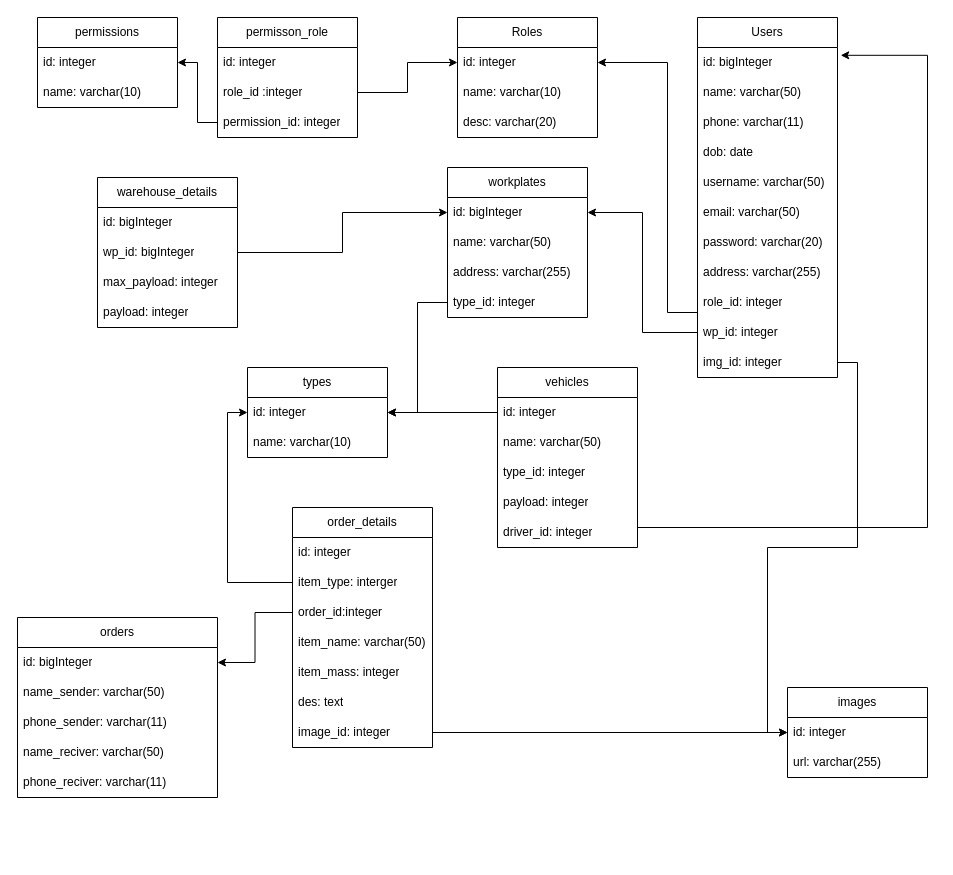
Before: so_do_DB.drawio in cuongbui1203/lms, a draw.io diagram. Source tidied: cells renumbered, new cells numbered last; positions are measured from the earlier drawing's top-left corner, leaving out a move shared by most shapes. Both pictures are drawn from the tidied source at 100%, with x=0, y=0 at pixel (17, 17).
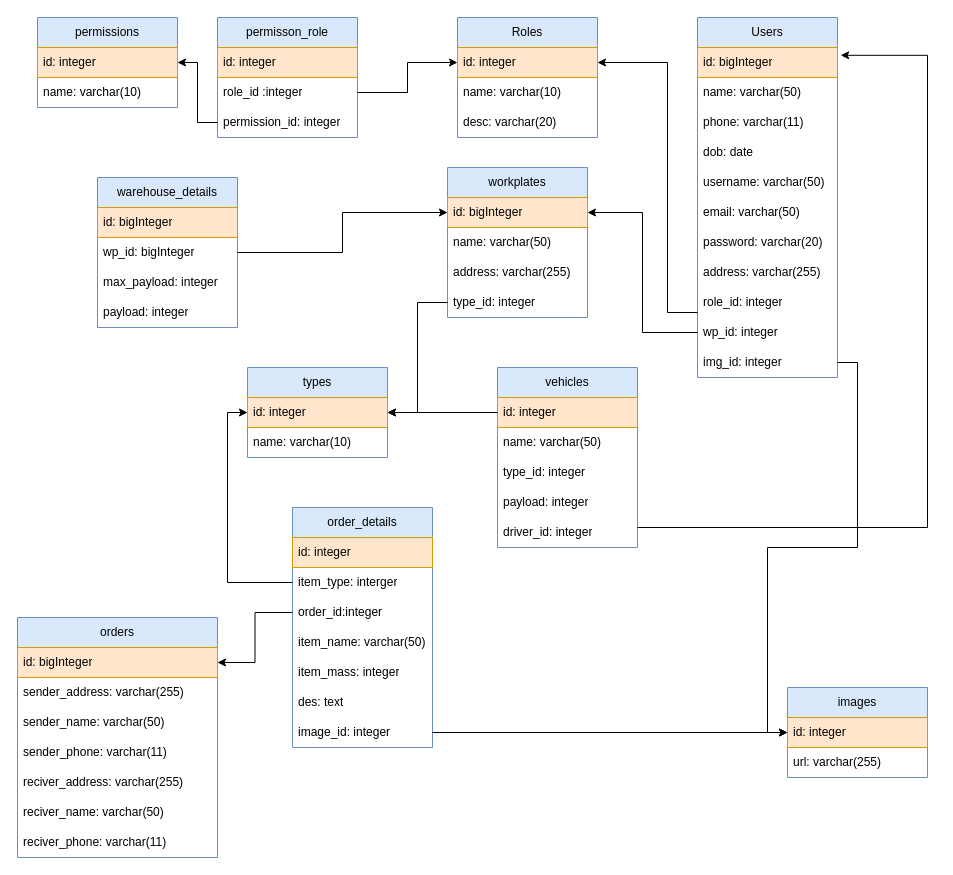
Above is the later version.

What changed in the source:
```diff
@@
-    <mxCell id="2" value="Users" style="swimlane;fontStyle=0;horizontal=1;startSize=30;whiteSpace=wrap;html=1;" parent="1" vertex="1">
+    <mxCell id="2" value="Users" style="swimlane;fontStyle=0;horizontal=1;startSize=30;whiteSpace=wrap;html=1;fillColor=#dae8fc;strokeColor=#6c8ebf;" parent="1" vertex="1">
       <mxGeometry x="680" width="140" height="360" as="geometry" />
     </mxCell>
-    <mxCell id="3" value="id: bigInteger" style="text;strokeColor=none;fillColor=none;align=left;verticalAlign=middle;spacingLeft=4;spacingRight=4;overflow=hidden;points=[[0,0.5],[1,0.5]];portConstraint=eastwest;whiteSpace=wrap;html=1;" parent="2" vertex="1">
+    <mxCell id="3" value="id: bigInteger" style="text;strokeColor=#d79b00;fillColor=#ffe6cc;align=left;verticalAlign=middle;spacingLeft=4;spacingRight=4;overflow=hidden;points=[[0,0.5],[1,0.5]];portConstraint=eastwest;whiteSpace=wrap;html=1;" parent="2" vertex="1">
       <mxGeometry y="30" width="140" height="30" as="geometry" />
     </mxCell>
@@
-    <mxCell id="14" value="Roles" style="swimlane;fontStyle=0;horizontal=1;startSize=30;whiteSpace=wrap;html=1;" parent="1" vertex="1">
+    <mxCell id="14" value="Roles" style="swimlane;fontStyle=0;horizontal=1;startSize=30;whiteSpace=wrap;html=1;fillColor=#dae8fc;strokeColor=#6c8ebf;" parent="1" vertex="1">
       <mxGeometry x="440" width="140" height="120" as="geometry" />
     </mxCell>
-    <mxCell id="15" value="id: integer" style="text;strokeColor=none;fillColor=none;align=left;verticalAlign=middle;spacingLeft=4;spacingRight=4;overflow=hidden;points=[[0,0.5],[1,0.5]];portConstraint=eastwest;whiteSpace=wrap;html=1;" parent="14" vertex="1">
+    <mxCell id="15" value="id: integer" style="text;strokeColor=#d79b00;fillColor=#ffe6cc;align=left;verticalAlign=middle;spacingLeft=4;spacingRight=4;overflow=hidden;points=[[0,0.5],[1,0.5]];portConstraint=eastwest;whiteSpace=wrap;html=1;" parent="14" vertex="1">
       <mxGeometry y="30" width="140" height="30" as="geometry" />
     </mxCell>
@@
-    <mxCell id="18" value="permissions" style="swimlane;fontStyle=0;horizontal=1;startSize=30;whiteSpace=wrap;html=1;" parent="1" vertex="1">
+    <mxCell id="18" value="permissions" style="swimlane;fontStyle=0;horizontal=1;startSize=30;whiteSpace=wrap;html=1;fillColor=#dae8fc;strokeColor=#6c8ebf;" parent="1" vertex="1">
       <mxGeometry x="20" width="140" height="90" as="geometry" />
     </mxCell>
-    <mxCell id="19" value="id: integer" style="text;strokeColor=none;fillColor=none;align=left;verticalAlign=middle;spacingLeft=4;spacingRight=4;overflow=hidden;points=[[0,0.5],[1,0.5]];portConstraint=eastwest;whiteSpace=wrap;html=1;" parent="18" vertex="1">
+    <mxCell id="19" value="id: integer" style="text;strokeColor=#d79b00;fillColor=#ffe6cc;align=left;verticalAlign=middle;spacingLeft=4;spacingRight=4;overflow=hidden;points=[[0,0.5],[1,0.5]];portConstraint=eastwest;whiteSpace=wrap;html=1;" parent="18" vertex="1">
       <mxGeometry y="30" width="140" height="30" as="geometry" />
     </mxCell>
@@
-    <mxCell id="21" value="permisson_role" style="swimlane;fontStyle=0;horizontal=1;startSize=30;whiteSpace=wrap;html=1;" parent="1" vertex="1">
+    <mxCell id="21" value="permisson_role" style="swimlane;fontStyle=0;horizontal=1;startSize=30;whiteSpace=wrap;html=1;fillColor=#dae8fc;strokeColor=#6c8ebf;" parent="1" vertex="1">
       <mxGeometry x="200" width="140" height="120" as="geometry" />
     </mxCell>
-    <mxCell id="22" value="id: integer" style="text;strokeColor=none;fillColor=none;align=left;verticalAlign=middle;spacingLeft=4;spacingRight=4;overflow=hidden;whiteSpace=wrap;html=1;" parent="21" vertex="1">
+    <mxCell id="22" value="id: integer" style="text;strokeColor=#d79b00;fillColor=#ffe6cc;align=left;verticalAlign=middle;spacingLeft=4;spacingRight=4;overflow=hidden;whiteSpace=wrap;html=1;" parent="21" vertex="1">
       <mxGeometry y="30" width="140" height="30" as="geometry" />
     </mxCell>
@@
-    <mxCell id="26" value="workplates" style="swimlane;fontStyle=0;horizontal=1;startSize=30;whiteSpace=wrap;html=1;" parent="1" vertex="1">
+    <mxCell id="26" value="workplates" style="swimlane;fontStyle=0;horizontal=1;startSize=30;whiteSpace=wrap;html=1;fillColor=#dae8fc;strokeColor=#6c8ebf;" parent="1" vertex="1">
       <mxGeometry x="430" y="150" width="140" height="150" as="geometry" />
     </mxCell>
-    <mxCell id="27" value="id: bigInteger" style="text;strokeColor=none;fillColor=none;align=left;verticalAlign=middle;spacingLeft=4;spacingRight=4;overflow=hidden;points=[[0,0.5],[1,0.5]];portConstraint=eastwest;whiteSpace=wrap;html=1;" parent="26" vertex="1">
+    <mxCell id="27" value="id: bigInteger" style="text;strokeColor=#d79b00;fillColor=#ffe6cc;align=left;verticalAlign=middle;spacingLeft=4;spacingRight=4;overflow=hidden;points=[[0,0.5],[1,0.5]];portConstraint=eastwest;whiteSpace=wrap;html=1;" parent="26" vertex="1">
       <mxGeometry y="30" width="140" height="30" as="geometry" />
     </mxCell>
@@
-    <mxCell id="31" value="types" style="swimlane;fontStyle=0;horizontal=1;startSize=30;whiteSpace=wrap;html=1;" parent="1" vertex="1">
+    <mxCell id="31" value="types" style="swimlane;fontStyle=0;horizontal=1;startSize=30;whiteSpace=wrap;html=1;fillColor=#dae8fc;strokeColor=#6c8ebf;" parent="1" vertex="1">
       <mxGeometry x="230" y="350" width="140" height="90" as="geometry" />
     </mxCell>
-    <mxCell id="32" value="id: integer" style="text;strokeColor=none;fillColor=none;align=left;verticalAlign=middle;spacingLeft=4;spacingRight=4;overflow=hidden;points=[[0,0.5],[1,0.5]];portConstraint=eastwest;whiteSpace=wrap;html=1;" parent="31" vertex="1">
+    <mxCell id="32" value="id: integer" style="text;strokeColor=#d79b00;fillColor=#ffe6cc;align=left;verticalAlign=middle;spacingLeft=4;spacingRight=4;overflow=hidden;points=[[0,0.5],[1,0.5]];portConstraint=eastwest;whiteSpace=wrap;html=1;" parent="31" vertex="1">
       <mxGeometry y="30" width="140" height="30" as="geometry" />
     </mxCell>
@@
-    <mxCell id="35" value="warehouse_details" style="swimlane;fontStyle=0;horizontal=1;startSize=30;whiteSpace=wrap;html=1;" parent="1" vertex="1">
+    <mxCell id="35" value="warehouse_details" style="swimlane;fontStyle=0;horizontal=1;startSize=30;whiteSpace=wrap;html=1;fillColor=#dae8fc;strokeColor=#6c8ebf;" parent="1" vertex="1">
       <mxGeometry x="80" y="160" width="140" height="150" as="geometry" />
     </mxCell>
-    <mxCell id="36" value="id: bigInteger" style="text;strokeColor=none;fillColor=none;align=left;verticalAlign=middle;spacingLeft=4;spacingRight=4;overflow=hidden;whiteSpace=wrap;html=1;" parent="35" vertex="1">
+    <mxCell id="36" value="id: bigInteger" style="text;strokeColor=#d79b00;fillColor=#ffe6cc;align=left;verticalAlign=middle;spacingLeft=4;spacingRight=4;overflow=hidden;whiteSpace=wrap;html=1;" parent="35" vertex="1">
       <mxGeometry y="30" width="140" height="30" as="geometry" />
     </mxCell>
@@
-    <mxCell id="41" value="orders" style="swimlane;fontStyle=0;horizontal=1;startSize=30;whiteSpace=wrap;html=1;" parent="1" vertex="1">
-      <mxGeometry y="600" width="200" height="180" as="geometry" />
+    <mxCell id="41" value="orders" style="swimlane;fontStyle=0;horizontal=1;startSize=30;whiteSpace=wrap;html=1;fillColor=#dae8fc;strokeColor=#6c8ebf;" parent="1" vertex="1">
+      <mxGeometry y="600" width="200" height="240" as="geometry" />
     </mxCell>
-    <mxCell id="42" value="id: bigInteger" style="text;strokeColor=none;fillColor=none;align=left;verticalAlign=middle;spacingLeft=4;spacingRight=4;overflow=hidden;points=[[0,0.5],[1,0.5]];portConstraint=eastwest;whiteSpace=wrap;html=1;" parent="41" vertex="1">
+    <mxCell id="42" value="id: bigInteger" style="text;strokeColor=#d79b00;fillColor=#ffe6cc;align=left;verticalAlign=middle;spacingLeft=4;spacingRight=4;overflow=hidden;points=[[0,0.5],[1,0.5]];portConstraint=eastwest;whiteSpace=wrap;html=1;" parent="41" vertex="1">
       <mxGeometry y="30" width="200" height="30" as="geometry" />
     </mxCell>
-    <mxCell id="43" value="name_sender: varchar(50)" style="text;strokeColor=none;fillColor=none;align=left;verticalAlign=middle;spacingLeft=4;spacingRight=4;overflow=hidden;whiteSpace=wrap;html=1;" parent="41" vertex="1">
+    <mxCell id="43" value="sender_address: varchar(255)" style="text;strokeColor=none;fillColor=none;align=left;verticalAlign=middle;spacingLeft=4;spacingRight=4;overflow=hidden;whiteSpace=wrap;html=1;" parent="41" vertex="1">
       <mxGeometry y="60" width="200" height="30" as="geometry" />
     </mxCell>
+    <mxCell id="73" value="sender_name: varchar(50)" style="text;strokeColor=none;fillColor=none;align=left;verticalAlign=middle;spacingLeft=4;spacingRight=4;overflow=hidden;whiteSpace=wrap;html=1;" parent="41" vertex="1">
+      <mxGeometry y="90" width="200" height="30" as="geometry" />
+    </mxCell>
-    <mxCell id="44" value="phone_sender: varchar(11)" style="text;strokeColor=none;fillColor=none;align=left;verticalAlign=middle;spacingLeft=4;spacingRight=4;overflow=hidden;whiteSpace=wrap;html=1;" parent="41" vertex="1">
-      <mxGeometry y="90" width="200" height="30" as="geometry" />
+    <mxCell id="44" value="sender_phone: varchar(11)" style="text;strokeColor=none;fillColor=none;align=left;verticalAlign=middle;spacingLeft=4;spacingRight=4;overflow=hidden;whiteSpace=wrap;html=1;" parent="41" vertex="1">
+      <mxGeometry y="120" width="200" height="30" as="geometry" />
     </mxCell>
+    <mxCell id="74" value="reciver_address: varchar(255)" style="text;strokeColor=none;fillColor=none;align=left;verticalAlign=middle;spacingLeft=4;spacingRight=4;overflow=hidden;whiteSpace=wrap;html=1;" parent="41" vertex="1">
+      <mxGeometry y="150" width="200" height="30" as="geometry" />
+    </mxCell>
-    <mxCell id="45" value="name_reciver: varchar(50)" style="text;strokeColor=none;fillColor=none;align=left;verticalAlign=middle;spacingLeft=4;spacingRight=4;overflow=hidden;whiteSpace=wrap;html=1;" parent="41" vertex="1">
-      <mxGeometry y="120" width="200" height="30" as="geometry" />
+    <mxCell id="45" value="reciver_name: varchar(50)" style="text;strokeColor=none;fillColor=none;align=left;verticalAlign=middle;spacingLeft=4;spacingRight=4;overflow=hidden;whiteSpace=wrap;html=1;" parent="41" vertex="1">
+      <mxGeometry y="180" width="200" height="30" as="geometry" />
     </mxCell>
-    <mxCell id="46" value="phone_reciver: varchar(11)" style="text;strokeColor=none;fillColor=none;align=left;verticalAlign=middle;spacingLeft=4;spacingRight=4;overflow=hidden;whiteSpace=wrap;html=1;" parent="41" vertex="1">
-      <mxGeometry y="150" width="200" height="30" as="geometry" />
+    <mxCell id="46" value="reciver_phone: varchar(11)" style="text;strokeColor=none;fillColor=none;align=left;verticalAlign=middle;spacingLeft=4;spacingRight=4;overflow=hidden;whiteSpace=wrap;html=1;" parent="41" vertex="1">
+      <mxGeometry y="210" width="200" height="30" as="geometry" />
     </mxCell>
-    <mxCell id="47" value="order_details" style="swimlane;fontStyle=0;horizontal=1;startSize=30;whiteSpace=wrap;html=1;" parent="1" vertex="1">
+    <mxCell id="47" value="order_details" style="swimlane;fontStyle=0;horizontal=1;startSize=30;whiteSpace=wrap;html=1;fillColor=#dae8fc;strokeColor=#6c8ebf;" parent="1" vertex="1">
       <mxGeometry x="275" y="490" width="140" height="240" as="geometry" />
     </mxCell>
-    <mxCell id="48" value="id: integer" style="text;strokeColor=none;fillColor=none;align=left;verticalAlign=middle;spacingLeft=4;spacingRight=4;overflow=hidden;whiteSpace=wrap;html=1;" parent="47" vertex="1">
+    <mxCell id="48" value="id: integer" style="text;strokeColor=#d79b00;fillColor=#ffe6cc;align=left;verticalAlign=middle;spacingLeft=4;spacingRight=4;overflow=hidden;whiteSpace=wrap;html=1;" parent="47" vertex="1">
       <mxGeometry y="30" width="140" height="30" as="geometry" />
     </mxCell>
@@
-    <mxCell id="57" value="images" style="swimlane;fontStyle=0;horizontal=1;startSize=30;whiteSpace=wrap;html=1;" parent="1" vertex="1">
+    <mxCell id="57" value="images" style="swimlane;fontStyle=0;horizontal=1;startSize=30;whiteSpace=wrap;html=1;fillColor=#dae8fc;strokeColor=#6c8ebf;" parent="1" vertex="1">
       <mxGeometry x="770" y="670" width="140" height="90" as="geometry" />
     </mxCell>
-    <mxCell id="58" value="id: integer" style="text;strokeColor=none;fillColor=none;align=left;verticalAlign=middle;spacingLeft=4;spacingRight=4;overflow=hidden;points=[[0,0.5],[1,0.5]];portConstraint=eastwest;whiteSpace=wrap;html=1;" parent="57" vertex="1">
+    <mxCell id="58" value="id: integer" style="text;strokeColor=#d79b00;fillColor=#ffe6cc;align=left;verticalAlign=middle;spacingLeft=4;spacingRight=4;overflow=hidden;points=[[0,0.5],[1,0.5]];portConstraint=eastwest;whiteSpace=wrap;html=1;" parent="57" vertex="1">
       <mxGeometry y="30" width="140" height="30" as="geometry" />
     </mxCell>
@@
-    <mxCell id="65" value="vehicles" style="swimlane;fontStyle=0;horizontal=1;startSize=30;whiteSpace=wrap;html=1;" parent="1" vertex="1">
+    <mxCell id="65" value="vehicles" style="swimlane;fontStyle=0;horizontal=1;startSize=30;whiteSpace=wrap;html=1;fillColor=#dae8fc;strokeColor=#6c8ebf;" parent="1" vertex="1">
       <mxGeometry x="480" y="350" width="140" height="180" as="geometry" />
     </mxCell>
-    <mxCell id="66" value="id: integer" style="text;strokeColor=none;fillColor=none;align=left;verticalAlign=middle;spacingLeft=4;spacingRight=4;overflow=hidden;points=[[0,0.5],[1,0.5]];portConstraint=eastwest;whiteSpace=wrap;html=1;" parent="65" vertex="1">
+    <mxCell id="66" value="id: integer" style="text;strokeColor=#d79b00;fillColor=#ffe6cc;align=left;verticalAlign=middle;spacingLeft=4;spacingRight=4;overflow=hidden;points=[[0,0.5],[1,0.5]];portConstraint=eastwest;whiteSpace=wrap;html=1;" parent="65" vertex="1">
       <mxGeometry y="30" width="140" height="30" as="geometry" />
     </mxCell>
```
